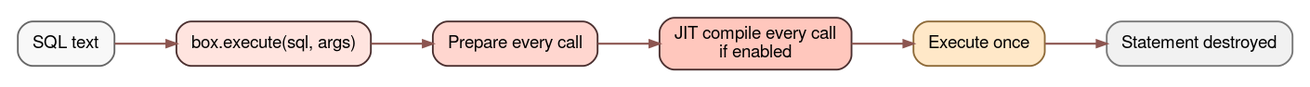
This is tools/jit_bench/images/sql_jit_benchmark/automatic_path.png from tsafin/tarantool-dsql, a Graphviz export, as it was before one commit. Its source is kept beside it as tools/jit_bench/images/sql_jit_benchmark/automatic_path.dot. The source it was exported from:
```dot
digraph automatic_path {
    graph [
        bgcolor="white",
        rankdir=LR,
        pad=0.2,
        nodesep=0.45,
        ranksep=0.7,
        fontname="Helvetica"
    ];
    node [
        shape=box,
        style="rounded,filled",
        fontname="Helvetica",
        fontsize=14,
        color="#4a2f2f",
        penwidth=1.4,
        fillcolor="#fff3f1",
        margin="0.16,0.08"
    ];
    edge [
        color="#8c5550",
        penwidth=1.6,
        arrowsize=0.8
    ];

    sql   [label="SQL text", fillcolor="#f8f8f8", color="#666666"];
    exec  [label="box.execute(sql, args)", fillcolor="#ffe4df"];
    prep  [label="Prepare every call", fillcolor="#ffd6cf"];
    jit   [label="JIT compile every call\nif enabled", fillcolor="#ffc7bd"];
    once  [label="Execute once", fillcolor="#ffe8c8", color="#8d6937"];
    drop  [label="Statement destroyed", fillcolor="#f1f1f1", color="#777777"];

    sql -> exec -> prep -> jit -> once -> drop;
}
```
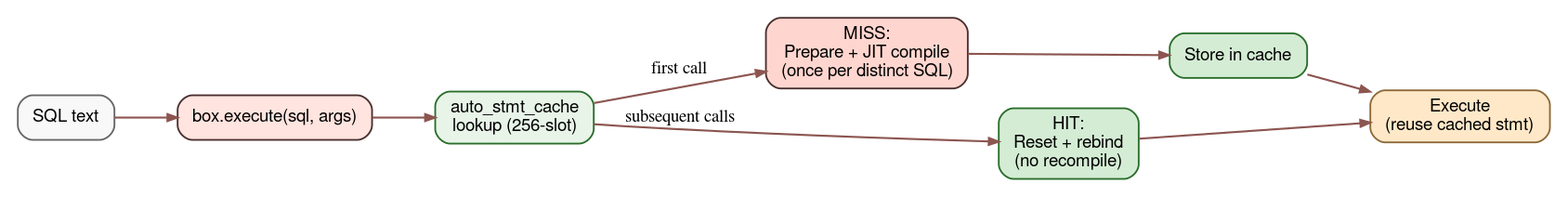
Above is the later version.

Commit message:
tools/jit_bench: update benchmark doc with CnP column and auto-stmt-cache results

Change to the diagram source:
```diff
@@ -23,12 +23,17 @@
         arrowsize=0.8
     ];
 
-    sql   [label="SQL text", fillcolor="#f8f8f8", color="#666666"];
-    exec  [label="box.execute(sql, args)", fillcolor="#ffe4df"];
-    prep  [label="Prepare every call", fillcolor="#ffd6cf"];
-    jit   [label="JIT compile every call\nif enabled", fillcolor="#ffc7bd"];
-    once  [label="Execute once", fillcolor="#ffe8c8", color="#8d6937"];
-    drop  [label="Statement destroyed", fillcolor="#f1f1f1", color="#777777"];
+    sql    [label="SQL text", fillcolor="#f8f8f8", color="#666666"];
+    exec   [label="box.execute(sql, args)", fillcolor="#ffe4df"];
+    lookup [label="auto_stmt_cache\nlookup (256-slot)", fillcolor="#e8f4e8", color="#2a6e2a"];
+    miss   [label="MISS:\nPrepare + JIT compile\n(once per distinct SQL)", fillcolor="#ffd6cf"];
+    store  [label="Store in cache", fillcolor="#d4ecd4", color="#2a6e2a"];
+    hit    [label="HIT:\nReset + rebind\n(no recompile)", fillcolor="#d4ecd4", color="#2a6e2a"];
+    run    [label="Execute\n(reuse cached stmt)", fillcolor="#ffe8c8", color="#8d6937"];
 
-    sql -> exec -> prep -> jit -> once -> drop;
+    sql -> exec -> lookup;
+    lookup -> miss [label="first call"];
+    miss -> store -> run;
+    lookup -> hit [label="subsequent calls"];
+    hit -> run;
 }
```
